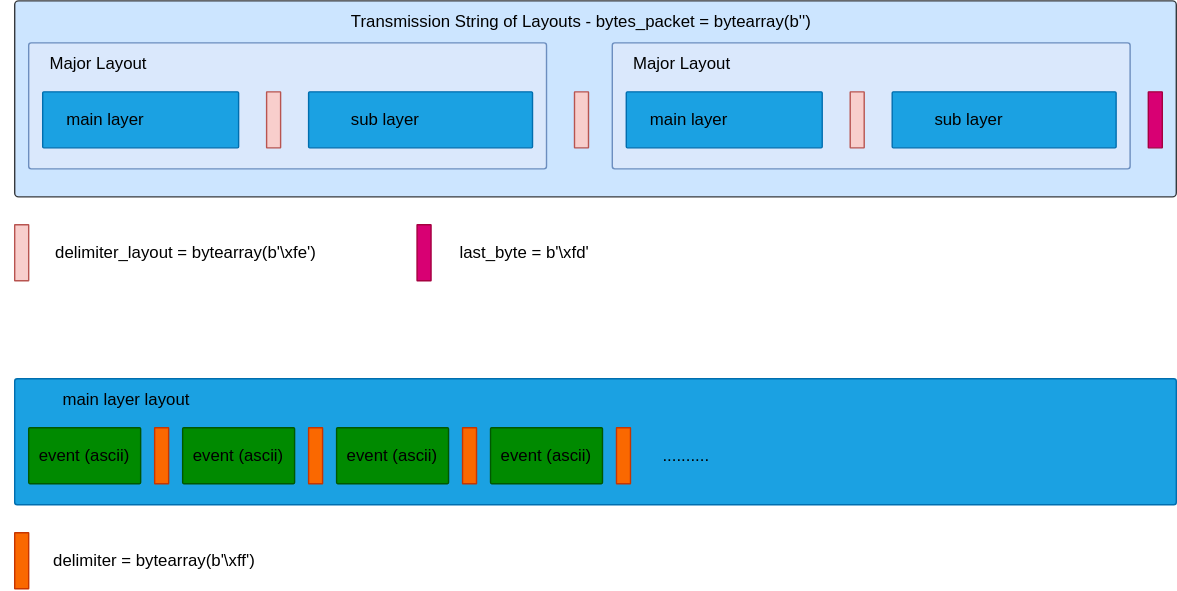
LYNXware/LYNXapp__version_3 keeps this draw.io diagram as readme/layout-transmition.svg. Above is the earlier version. Source tidied: cells renumbered, new cells last; positions are measured from the earlier drawing's top-left corner, leaving out a move shared by most shapes.
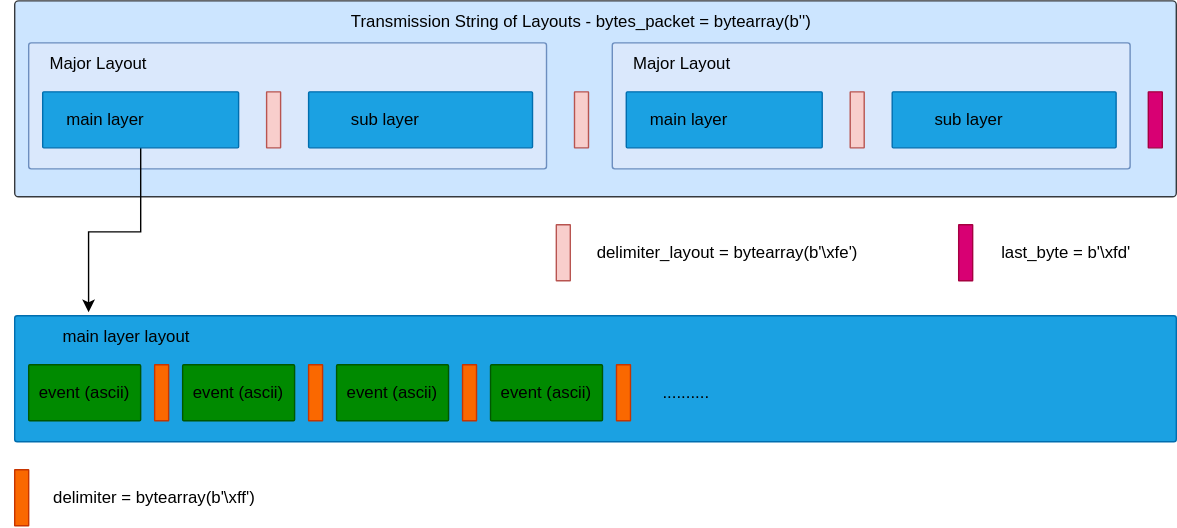
Later version of the same file.

What changed in the source:
```diff
@@ -11,6 +11,9 @@
     <mxCell id="4" style="rounded=1;whiteSpace=wrap;html=1;arcSize=2;fillColor=#dae8fc;strokeColor=#6c8ebf;" parent="1" vertex="1">
       <mxGeometry x="20" y="30" width="370" height="90" as="geometry" />
     </mxCell>
+    <mxCell id="41" style="edgeStyle=orthogonalEdgeStyle;rounded=0;jettySize=auto;html=1;entryX=0.33;entryY=-0.087;entryDx=0;entryDy=0;entryPerimeter=0;" parent="1" edge="1" source="5" target="23">
+      <mxGeometry relative="1" as="geometry" />
+    </mxCell>
     <mxCell id="5" style="rounded=1;whiteSpace=wrap;html=1;arcSize=2;fillColor=#1ba1e2;fontColor=#ffffff;strokeColor=#006EAF;" parent="1" vertex="1">
       <mxGeometry x="30" y="65" width="140" height="40" as="geometry" />
     </mxCell>
@@ -30,10 +33,10 @@
       <mxGeometry x="190" y="65" width="10" height="40" as="geometry" />
     </mxCell>
     <mxCell id="11" style="rounded=1;whiteSpace=wrap;html=1;arcSize=2;fillColor=#f8cecc;strokeColor=#b85450;" parent="1" vertex="1">
-      <mxGeometry x="10" y="160" width="10" height="40" as="geometry" />
+      <mxGeometry x="397" y="160" width="10" height="40" as="geometry" />
     </mxCell>
     <mxCell id="12" value="delimiter_layout = bytearray(b'\xfe')" style="text;html=1;strokeColor=none;fillColor=none;align=center;verticalAlign=middle;whiteSpace=wrap;rounded=0;" parent="1" vertex="1">
-      <mxGeometry x="20" y="165" width="225" height="30" as="geometry" />
+      <mxGeometry x="407" y="165" width="225" height="30" as="geometry" />
     </mxCell>
     <mxCell id="13" style="rounded=1;whiteSpace=wrap;html=1;arcSize=2;fillColor=#dae8fc;strokeColor=#6c8ebf;" parent="1" vertex="1">
       <mxGeometry x="437" y="30" width="370" height="90" as="geometry" />
@@ -60,64 +63,64 @@
       <mxGeometry x="410" y="65" width="10" height="40" as="geometry" />
     </mxCell>
     <mxCell id="21" style="rounded=1;whiteSpace=wrap;html=1;arcSize=2;fillColor=#1ba1e2;strokeColor=#006EAF;fontColor=#ffffff;" parent="1" vertex="1">
-      <mxGeometry x="10" y="270" width="830" height="90" as="geometry" />
+      <mxGeometry x="10" y="225" width="830" height="90" as="geometry" />
     </mxCell>
     <mxCell id="22" style="rounded=1;whiteSpace=wrap;html=1;arcSize=2;fillColor=#008a00;fontColor=#ffffff;strokeColor=#005700;" parent="1" vertex="1">
-      <mxGeometry x="20" y="305" width="80" height="40" as="geometry" />
+      <mxGeometry x="20" y="260" width="80" height="40" as="geometry" />
     </mxCell>
     <mxCell id="23" value="main layer layout" style="text;html=1;strokeColor=none;fillColor=none;align=center;verticalAlign=middle;whiteSpace=wrap;rounded=0;" parent="1" vertex="1">
-      <mxGeometry x="10" y="270" width="160" height="30" as="geometry" />
+      <mxGeometry x="10" y="225" width="160" height="30" as="geometry" />
     </mxCell>
     <mxCell id="24" value="event (ascii)" style="text;html=1;strokeColor=none;fillColor=none;align=center;verticalAlign=middle;whiteSpace=wrap;rounded=0;" parent="1" vertex="1">
-      <mxGeometry x="20" y="310" width="80" height="30" as="geometry" />
+      <mxGeometry x="20" y="265" width="80" height="30" as="geometry" />
     </mxCell>
     <mxCell id="25" style="rounded=1;whiteSpace=wrap;html=1;arcSize=2;fillColor=#fa6800;strokeColor=#C73500;fontColor=#000000;" parent="1" vertex="1">
-      <mxGeometry x="110" y="305" width="10" height="40" as="geometry" />
+      <mxGeometry x="110" y="260" width="10" height="40" as="geometry" />
     </mxCell>
     <mxCell id="26" style="rounded=1;whiteSpace=wrap;html=1;arcSize=2;fillColor=#fa6800;strokeColor=#C73500;fontColor=#000000;" parent="1" vertex="1">
-      <mxGeometry x="10" y="380" width="10" height="40" as="geometry" />
+      <mxGeometry x="10" y="335" width="10" height="40" as="geometry" />
     </mxCell>
     <mxCell id="27" value="delimiter = bytearray(b'\xff')" style="text;html=1;strokeColor=none;fillColor=none;align=center;verticalAlign=middle;whiteSpace=wrap;rounded=0;" parent="1" vertex="1">
-      <mxGeometry x="20" y="385" width="180" height="30" as="geometry" />
+      <mxGeometry x="20" y="340" width="180" height="30" as="geometry" />
     </mxCell>
     <mxCell id="28" style="rounded=1;whiteSpace=wrap;html=1;arcSize=2;fillColor=#008a00;fontColor=#ffffff;strokeColor=#005700;" parent="1" vertex="1">
-      <mxGeometry x="130" y="305" width="80" height="40" as="geometry" />
+      <mxGeometry x="130" y="260" width="80" height="40" as="geometry" />
     </mxCell>
     <mxCell id="29" value="event (ascii)" style="text;html=1;strokeColor=none;fillColor=none;align=center;verticalAlign=middle;whiteSpace=wrap;rounded=0;" parent="1" vertex="1">
-      <mxGeometry x="130" y="310" width="80" height="30" as="geometry" />
+      <mxGeometry x="130" y="265" width="80" height="30" as="geometry" />
     </mxCell>
     <mxCell id="30" style="rounded=1;whiteSpace=wrap;html=1;arcSize=2;fillColor=#fa6800;strokeColor=#C73500;fontColor=#000000;" parent="1" vertex="1">
-      <mxGeometry x="220" y="305" width="10" height="40" as="geometry" />
+      <mxGeometry x="220" y="260" width="10" height="40" as="geometry" />
     </mxCell>
     <mxCell id="31" style="rounded=1;whiteSpace=wrap;html=1;arcSize=2;fillColor=#008a00;fontColor=#ffffff;strokeColor=#005700;" parent="1" vertex="1">
-      <mxGeometry x="240" y="305" width="80" height="40" as="geometry" />
+      <mxGeometry x="240" y="260" width="80" height="40" as="geometry" />
     </mxCell>
     <mxCell id="32" value="event (ascii)" style="text;html=1;strokeColor=none;fillColor=none;align=center;verticalAlign=middle;whiteSpace=wrap;rounded=0;" parent="1" vertex="1">
-      <mxGeometry x="240" y="310" width="80" height="30" as="geometry" />
+      <mxGeometry x="240" y="265" width="80" height="30" as="geometry" />
     </mxCell>
     <mxCell id="33" style="rounded=1;whiteSpace=wrap;html=1;arcSize=2;fillColor=#fa6800;strokeColor=#C73500;fontColor=#000000;" parent="1" vertex="1">
-      <mxGeometry x="330" y="305" width="10" height="40" as="geometry" />
+      <mxGeometry x="330" y="260" width="10" height="40" as="geometry" />
     </mxCell>
     <mxCell id="34" style="rounded=1;whiteSpace=wrap;html=1;arcSize=2;fillColor=#008a00;fontColor=#ffffff;strokeColor=#005700;" parent="1" vertex="1">
-      <mxGeometry x="350" y="305" width="80" height="40" as="geometry" />
+      <mxGeometry x="350" y="260" width="80" height="40" as="geometry" />
     </mxCell>
     <mxCell id="35" value="event (ascii)" style="text;html=1;strokeColor=none;fillColor=none;align=center;verticalAlign=middle;whiteSpace=wrap;rounded=0;" parent="1" vertex="1">
-      <mxGeometry x="350" y="310" width="80" height="30" as="geometry" />
+      <mxGeometry x="350" y="265" width="80" height="30" as="geometry" />
     </mxCell>
     <mxCell id="36" style="rounded=1;whiteSpace=wrap;html=1;arcSize=2;fillColor=#fa6800;strokeColor=#C73500;fontColor=#000000;" parent="1" vertex="1">
-      <mxGeometry x="440" y="305" width="10" height="40" as="geometry" />
+      <mxGeometry x="440" y="260" width="10" height="40" as="geometry" />
     </mxCell>
     <mxCell id="37" value=".........." style="text;html=1;strokeColor=none;fillColor=none;align=center;verticalAlign=middle;whiteSpace=wrap;rounded=0;" parent="1" vertex="1">
-      <mxGeometry x="450" y="305" width="80" height="40" as="geometry" />
+      <mxGeometry x="450" y="260" width="80" height="40" as="geometry" />
     </mxCell>
     <mxCell id="38" style="rounded=1;whiteSpace=wrap;html=1;arcSize=2;fillColor=#d80073;strokeColor=#A50040;fontColor=#ffffff;" parent="1" vertex="1">
       <mxGeometry x="820" y="65" width="10" height="40" as="geometry" />
     </mxCell>
     <mxCell id="39" style="rounded=1;whiteSpace=wrap;html=1;arcSize=2;fillColor=#d80073;strokeColor=#A50040;fontColor=#ffffff;" parent="1" vertex="1">
-      <mxGeometry x="297.5" y="160" width="10" height="40" as="geometry" />
+      <mxGeometry x="684.5" y="160" width="10" height="40" as="geometry" />
     </mxCell>
     <mxCell id="40" value="last_byte = b'\xfd'" style="text;html=1;strokeColor=none;fillColor=none;align=center;verticalAlign=middle;whiteSpace=wrap;rounded=0;" parent="1" vertex="1">
-      <mxGeometry x="307.5" y="165" width="132.5" height="30" as="geometry" />
+      <mxGeometry x="694.5" y="165" width="132.5" height="30" as="geometry" />
     </mxCell>
   </root>
 </mxGraphModel>
```
